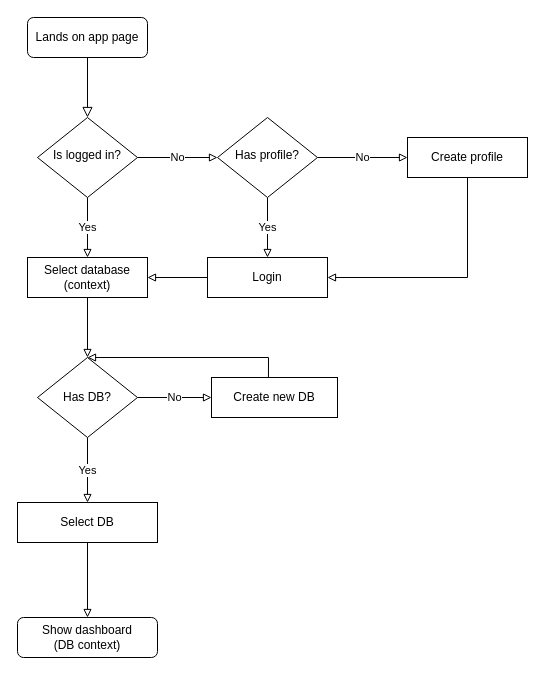
The draw.io diagram page "Onboarding" (1 of 4) of diagrams/Front_Flowcharts.drawio in corsaire-chaparral/registre-coch, before the edit. Source tidied: cells renumbered, new cells numbered last; positions are measured from the earlier drawing's top-left corner, leaving out a move shared by most shapes. Both pictures are drawn from the tidied source at 100%, with x=0, y=0 at pixel (17, 17).
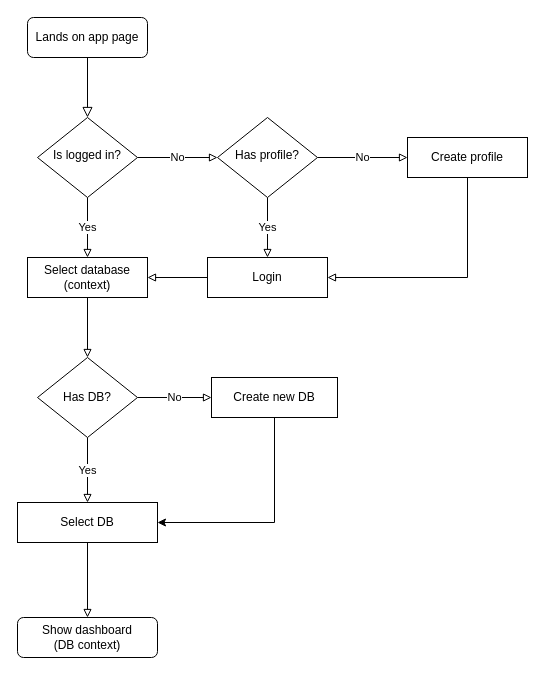
The same diagram, later.

The change refers to these unchanged cells:
```xml
<mxCell id="18" value="Has DB?" style="rhombus;whiteSpace=wrap;html=1;fontFamily=Helvetica;fontSize=12;fontColor=#000000;align=center;strokeColor=#000000;fillColor=#ffffff;" parent="1" vertex="1">
  <mxGeometry x="20" y="340" width="100" height="80" as="geometry" />
</mxCell>
<mxCell id="20" value="Create new DB" style="rounded=0;whiteSpace=wrap;html=1;fontFamily=Helvetica;fontSize=12;fontColor=#000000;align=center;strokeColor=#000000;fillColor=#ffffff;" parent="1" vertex="1">
  <mxGeometry x="194" y="360" width="126" height="40" as="geometry" />
</mxCell>
<mxCell id="22" value="Select DB" style="rounded=0;whiteSpace=wrap;html=1;fontFamily=Helvetica;fontSize=12;fontColor=#000000;align=center;strokeColor=#000000;fillColor=#ffffff;" parent="1" vertex="1">
  <mxGeometry y="485" width="140" height="40" as="geometry" />
</mxCell>
```

What changed in the source:
```diff
@@
-    <mxCell id="19" style="edgeStyle=orthogonalEdgeStyle;rounded=0;jettySize=auto;html=1;endArrow=block;endFill=0;exitX=0.452;exitY=0;exitDx=0;exitDy=0;exitPerimeter=0;entryX=0.5;entryY=0;entryDx=0;entryDy=0;" parent="1" edge="1" source="20" target="18">
-      <mxGeometry relative="1" as="geometry" />
-    </mxCell>
+    <mxCell id="24" style="edgeStyle=orthogonalEdgeStyle;rounded=0;jettySize=auto;html=1;entryX=1;entryY=0.5;entryDx=0;entryDy=0;exitX=0.5;exitY=1;exitDx=0;exitDy=0;" parent="1" edge="1" source="20" target="22">
+      <mxGeometry relative="1" as="geometry" />
+    </mxCell>
```
